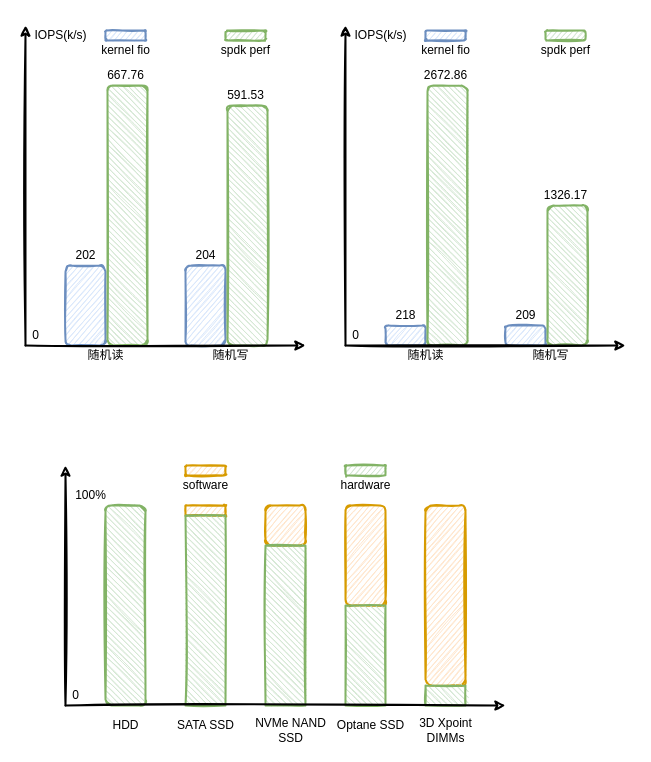
Earlier version of the draw.io diagram page "perf" (7 of 7) of spdk/spdk.drawio (EarthWind/deeparch). Source tidied: cells renumbered, new cells numbered last; positions are measured from the earlier drawing's top-left corner, leaving out a move shared by most shapes. Both pictures are drawn from the tidied source at 100%, with x=0, y=0 at pixel (25, 25).
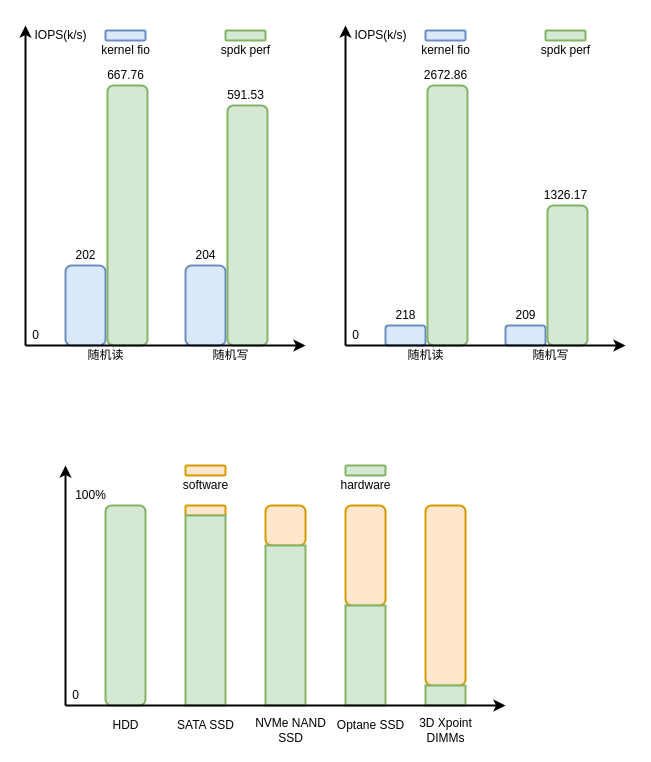
The same diagram, later.

The edit, as a diff of the source:
```diff
@@
-    <mxCell id="2" style="endArrow=classic;html=1;sketch=1;strokeWidth=2;" parent="1" edge="1">
+    <mxCell id="2" style="endArrow=classic;html=1;sketch=0;strokeWidth=2;" parent="1" edge="1">
       <mxGeometry relative="1" as="geometry">
         <mxPoint y="320" as="sourcePoint" />
         <mxPoint as="targetPoint" />
       </mxGeometry>
     </mxCell>
-    <mxCell id="3" style="rounded=1;whiteSpace=wrap;html=1;sketch=1;fillColor=#dae8fc;strokeColor=#6c8ebf;fillWeight=1;hachureGap=4;hachureAngle=-41;strokeWidth=2;" parent="1" vertex="1">
+    <mxCell id="3" style="rounded=1;whiteSpace=wrap;html=1;sketch=0;fillColor=#dae8fc;strokeColor=#6c8ebf;fillWeight=1;hachureGap=4;hachureAngle=-41;strokeWidth=2;" parent="1" vertex="1">
       <mxGeometry x="40" y="240" width="40" height="80" as="geometry" />
     </mxCell>
-    <mxCell id="4" style="rounded=1;whiteSpace=wrap;html=1;sketch=1;fillColor=#d5e8d4;strokeColor=#82b366;fillWeight=1;hachureGap=4;hachureAngle=45;strokeWidth=2;" parent="1" vertex="1">
+    <mxCell id="4" style="rounded=1;whiteSpace=wrap;html=1;sketch=0;fillColor=#d5e8d4;strokeColor=#82b366;fillWeight=1;hachureGap=4;hachureAngle=45;strokeWidth=2;" parent="1" vertex="1">
       <mxGeometry x="82" y="60" width="40" height="260" as="geometry" />
     </mxCell>
-    <mxCell id="5" style="rounded=1;whiteSpace=wrap;html=1;sketch=1;fillColor=#dae8fc;strokeColor=#6c8ebf;fillWeight=1;hachureGap=4;strokeWidth=2;" parent="1" vertex="1">
+    <mxCell id="5" style="rounded=1;whiteSpace=wrap;html=1;sketch=0;fillColor=#dae8fc;strokeColor=#6c8ebf;fillWeight=1;hachureGap=4;strokeWidth=2;" parent="1" vertex="1">
       <mxGeometry x="160" y="240" width="40" height="80" as="geometry" />
     </mxCell>
-    <mxCell id="6" style="rounded=1;whiteSpace=wrap;html=1;sketch=1;fillColor=#d5e8d4;strokeColor=#82b366;fillWeight=1;hachureGap=4;hachureAngle=45;strokeWidth=2;" parent="1" vertex="1">
+    <mxCell id="6" style="rounded=1;whiteSpace=wrap;html=1;sketch=0;fillColor=#d5e8d4;strokeColor=#82b366;fillWeight=1;hachureGap=4;hachureAngle=45;strokeWidth=2;" parent="1" vertex="1">
       <mxGeometry x="202" y="80" width="40" height="240" as="geometry" />
     </mxCell>
@@
-    <mxCell id="8" value="随机读" style="text;html=1;align=center;verticalAlign=middle;strokeColor=none;" parent="1" vertex="1">
+    <mxCell id="8" value="随机读" style="text;html=1;align=center;verticalAlign=middle;strokeColor=none;sketch=0;" parent="1" vertex="1">
       <mxGeometry x="55" y="320" width="50" height="20" as="geometry" />
     </mxCell>
-    <mxCell id="9" value="随机写" style="text;html=1;align=center;verticalAlign=middle;strokeColor=none;" parent="1" vertex="1">
+    <mxCell id="9" value="随机写" style="text;html=1;align=center;verticalAlign=middle;strokeColor=none;sketch=0;" parent="1" vertex="1">
       <mxGeometry x="180" y="320" width="50" height="20" as="geometry" />
     </mxCell>
-    <mxCell id="10" value="IOPS(k/s)" style="text;html=1;align=center;verticalAlign=middle;strokeColor=none;" parent="1" vertex="1">
+    <mxCell id="10" value="IOPS(k/s)" style="text;html=1;align=center;verticalAlign=middle;strokeColor=none;sketch=0;" parent="1" vertex="1">
       <mxGeometry width="70" height="20" as="geometry" />
     </mxCell>
-    <mxCell id="11" value="202" style="text;html=1;align=center;verticalAlign=middle;strokeColor=none;" parent="1" vertex="1">
+    <mxCell id="11" value="202" style="text;html=1;align=center;verticalAlign=middle;strokeColor=none;sketch=0;" parent="1" vertex="1">
       <mxGeometry x="40" y="220" width="40" height="20" as="geometry" />
     </mxCell>
-    <mxCell id="12" value="667.76" style="text;html=1;align=center;verticalAlign=middle;strokeColor=none;" parent="1" vertex="1">
+    <mxCell id="12" value="667.76" style="text;html=1;align=center;verticalAlign=middle;strokeColor=none;sketch=0;" parent="1" vertex="1">
       <mxGeometry x="75" y="40" width="50" height="20" as="geometry" />
     </mxCell>
-    <mxCell id="13" value="204" style="text;html=1;align=center;verticalAlign=middle;strokeColor=none;" parent="1" vertex="1">
+    <mxCell id="13" value="204" style="text;html=1;align=center;verticalAlign=middle;strokeColor=none;sketch=0;" parent="1" vertex="1">
       <mxGeometry x="160" y="220" width="40" height="20" as="geometry" />
     </mxCell>
-    <mxCell id="14" value="591.53" style="text;html=1;align=center;verticalAlign=middle;strokeColor=none;" parent="1" vertex="1">
+    <mxCell id="14" value="591.53" style="text;html=1;align=center;verticalAlign=middle;strokeColor=none;sketch=0;" parent="1" vertex="1">
       <mxGeometry x="195" y="60" width="50" height="20" as="geometry" />
     </mxCell>
-    <mxCell id="15" style="endArrow=classic;html=1;sketch=1;strokeWidth=2;" parent="1" edge="1">
+    <mxCell id="15" style="endArrow=classic;html=1;sketch=0;strokeWidth=2;" parent="1" edge="1">
       <mxGeometry relative="1" as="geometry">
         <mxPoint x="320" y="320" as="sourcePoint" />
         <mxPoint x="320" as="targetPoint" />
       </mxGeometry>
     </mxCell>
-    <mxCell id="16" style="rounded=1;whiteSpace=wrap;html=1;sketch=1;fillColor=#dae8fc;strokeColor=#6c8ebf;fillWeight=1;hachureGap=4;hachureAngle=-41;strokeWidth=2;" parent="1" vertex="1">
+    <mxCell id="16" style="rounded=1;whiteSpace=wrap;html=1;sketch=0;fillColor=#dae8fc;strokeColor=#6c8ebf;fillWeight=1;hachureGap=4;hachureAngle=-41;strokeWidth=2;" parent="1" vertex="1">
       <mxGeometry x="360" y="300" width="40" height="20" as="geometry" />
     </mxCell>
-    <mxCell id="17" style="rounded=1;whiteSpace=wrap;html=1;sketch=1;fillColor=#d5e8d4;strokeColor=#82b366;fillWeight=1;hachureGap=4;hachureAngle=45;strokeWidth=2;" parent="1" vertex="1">
+    <mxCell id="17" style="rounded=1;whiteSpace=wrap;html=1;sketch=0;fillColor=#d5e8d4;strokeColor=#82b366;fillWeight=1;hachureGap=4;hachureAngle=45;strokeWidth=2;" parent="1" vertex="1">
       <mxGeometry x="402" y="60" width="40" height="260" as="geometry" />
     </mxCell>
-    <mxCell id="18" style="rounded=1;whiteSpace=wrap;html=1;sketch=1;fillColor=#dae8fc;strokeColor=#6c8ebf;fillWeight=1;hachureGap=4;strokeWidth=2;" parent="1" vertex="1">
+    <mxCell id="18" style="rounded=1;whiteSpace=wrap;html=1;sketch=0;fillColor=#dae8fc;strokeColor=#6c8ebf;fillWeight=1;hachureGap=4;strokeWidth=2;" parent="1" vertex="1">
       <mxGeometry x="480" y="300" width="40" height="20" as="geometry" />
     </mxCell>
-    <mxCell id="19" style="rounded=1;whiteSpace=wrap;html=1;sketch=1;fillColor=#d5e8d4;strokeColor=#82b366;fillWeight=1;hachureGap=4;hachureAngle=45;strokeWidth=2;" parent="1" vertex="1">
+    <mxCell id="19" style="rounded=1;whiteSpace=wrap;html=1;sketch=0;fillColor=#d5e8d4;strokeColor=#82b366;fillWeight=1;hachureGap=4;hachureAngle=45;strokeWidth=2;" parent="1" vertex="1">
       <mxGeometry x="522" y="180" width="40" height="140" as="geometry" />
     </mxCell>
@@
-    <mxCell id="21" value="随机读" style="text;html=1;align=center;verticalAlign=middle;strokeColor=none;" parent="1" vertex="1">
+    <mxCell id="21" value="随机读" style="text;html=1;align=center;verticalAlign=middle;strokeColor=none;sketch=0;" parent="1" vertex="1">
       <mxGeometry x="375" y="320" width="50" height="20" as="geometry" />
     </mxCell>
-    <mxCell id="22" value="随机写" style="text;html=1;align=center;verticalAlign=middle;strokeColor=none;" parent="1" vertex="1">
+    <mxCell id="22" value="随机写" style="text;html=1;align=center;verticalAlign=middle;strokeColor=none;sketch=0;" parent="1" vertex="1">
       <mxGeometry x="500" y="320" width="50" height="20" as="geometry" />
     </mxCell>
-    <mxCell id="23" value="IOPS(k/s)" style="text;html=1;align=center;verticalAlign=middle;strokeColor=none;" parent="1" vertex="1">
+    <mxCell id="23" value="IOPS(k/s)" style="text;html=1;align=center;verticalAlign=middle;strokeColor=none;sketch=0;" parent="1" vertex="1">
       <mxGeometry x="320" width="70" height="20" as="geometry" />
     </mxCell>
-    <mxCell id="24" value="218" style="text;html=1;align=center;verticalAlign=middle;strokeColor=none;" parent="1" vertex="1">
+    <mxCell id="24" value="218" style="text;html=1;align=center;verticalAlign=middle;strokeColor=none;sketch=0;" parent="1" vertex="1">
       <mxGeometry x="360" y="280" width="40" height="20" as="geometry" />
     </mxCell>
-    <mxCell id="25" value="2672.86" style="text;html=1;align=center;verticalAlign=middle;strokeColor=none;" parent="1" vertex="1">
+    <mxCell id="25" value="2672.86" style="text;html=1;align=center;verticalAlign=middle;strokeColor=none;sketch=0;" parent="1" vertex="1">
       <mxGeometry x="390" y="40" width="60" height="20" as="geometry" />
     </mxCell>
-    <mxCell id="26" value="209" style="text;html=1;align=center;verticalAlign=middle;strokeColor=none;" parent="1" vertex="1">
+    <mxCell id="26" value="209" style="text;html=1;align=center;verticalAlign=middle;strokeColor=none;sketch=0;" parent="1" vertex="1">
       <mxGeometry x="480" y="280" width="40" height="20" as="geometry" />
     </mxCell>
-    <mxCell id="27" value="1326.17" style="text;html=1;align=center;verticalAlign=middle;strokeColor=none;" parent="1" vertex="1">
+    <mxCell id="27" value="1326.17" style="text;html=1;align=center;verticalAlign=middle;strokeColor=none;sketch=0;" parent="1" vertex="1">
       <mxGeometry x="510" y="160" width="60" height="20" as="geometry" />
     </mxCell>
-    <mxCell id="28" style="rounded=1;whiteSpace=wrap;html=1;sketch=1;fillColor=#dae8fc;strokeColor=#6c8ebf;fillWeight=1;hachureGap=4;hachureAngle=-41;strokeWidth=2;" parent="1" vertex="1">
+    <mxCell id="28" style="rounded=1;whiteSpace=wrap;html=1;sketch=0;fillColor=#dae8fc;strokeColor=#6c8ebf;fillWeight=1;hachureGap=4;hachureAngle=-41;strokeWidth=2;" parent="1" vertex="1">
       <mxGeometry x="80" y="5" width="40" height="10" as="geometry" />
     </mxCell>
-    <mxCell id="29" style="rounded=1;whiteSpace=wrap;html=1;sketch=1;fillColor=#d5e8d4;strokeColor=#82b366;fillWeight=1;hachureGap=4;hachureAngle=-41;strokeWidth=2;" parent="1" vertex="1">
+    <mxCell id="29" style="rounded=1;whiteSpace=wrap;html=1;sketch=0;fillColor=#d5e8d4;strokeColor=#82b366;fillWeight=1;hachureGap=4;hachureAngle=-41;strokeWidth=2;" parent="1" vertex="1">
       <mxGeometry x="200" y="5" width="40" height="10" as="geometry" />
     </mxCell>
-    <mxCell id="30" value="kernel fio" style="text;html=1;align=center;verticalAlign=middle;strokeColor=none;" parent="1" vertex="1">
+    <mxCell id="30" value="kernel fio" style="text;html=1;align=center;verticalAlign=middle;strokeColor=none;sketch=0;" parent="1" vertex="1">
       <mxGeometry x="70" y="15" width="60" height="20" as="geometry" />
     </mxCell>
-    <mxCell id="31" value="spdk perf" style="text;html=1;align=center;verticalAlign=middle;strokeColor=none;" parent="1" vertex="1">
+    <mxCell id="31" value="spdk perf" style="text;html=1;align=center;verticalAlign=middle;strokeColor=none;sketch=0;" parent="1" vertex="1">
       <mxGeometry x="190" y="15" width="60" height="20" as="geometry" />
     </mxCell>
-    <mxCell id="32" style="rounded=1;whiteSpace=wrap;html=1;sketch=1;fillColor=#dae8fc;strokeColor=#6c8ebf;fillWeight=1;hachureGap=4;hachureAngle=-41;strokeWidth=2;" parent="1" vertex="1">
+    <mxCell id="32" style="rounded=1;whiteSpace=wrap;html=1;sketch=0;fillColor=#dae8fc;strokeColor=#6c8ebf;fillWeight=1;hachureGap=4;hachureAngle=-41;strokeWidth=2;" parent="1" vertex="1">
       <mxGeometry x="400" y="5" width="40" height="10" as="geometry" />
     </mxCell>
-    <mxCell id="33" style="rounded=1;whiteSpace=wrap;html=1;sketch=1;fillColor=#d5e8d4;strokeColor=#82b366;fillWeight=1;hachureGap=4;hachureAngle=-41;strokeWidth=2;" parent="1" vertex="1">
+    <mxCell id="33" style="rounded=1;whiteSpace=wrap;html=1;sketch=0;fillColor=#d5e8d4;strokeColor=#82b366;fillWeight=1;hachureGap=4;hachureAngle=-41;strokeWidth=2;" parent="1" vertex="1">
       <mxGeometry x="520" y="5" width="40" height="10" as="geometry" />
     </mxCell>
-    <mxCell id="34" value="kernel fio" style="text;html=1;align=center;verticalAlign=middle;strokeColor=none;" parent="1" vertex="1">
+    <mxCell id="34" value="kernel fio" style="text;html=1;align=center;verticalAlign=middle;strokeColor=none;sketch=0;" parent="1" vertex="1">
       <mxGeometry x="390" y="15" width="60" height="20" as="geometry" />
     </mxCell>
-    <mxCell id="35" value="spdk perf" style="text;html=1;align=center;verticalAlign=middle;strokeColor=none;" parent="1" vertex="1">
+    <mxCell id="35" value="spdk perf" style="text;html=1;align=center;verticalAlign=middle;strokeColor=none;sketch=0;" parent="1" vertex="1">
       <mxGeometry x="510" y="15" width="60" height="20" as="geometry" />
     </mxCell>
-    <mxCell id="36" style="endArrow=classic;html=1;sketch=1;strokeWidth=2;" parent="1" edge="1">
+    <mxCell id="36" style="endArrow=classic;html=1;sketch=0;strokeWidth=2;" parent="1" edge="1">
       <mxGeometry relative="1" as="geometry">
         <mxPoint x="40" y="680" as="sourcePoint" />
         <mxPoint x="40" y="440" as="targetPoint" />
       </mxGeometry>
     </mxCell>
-    <mxCell id="37" style="rounded=1;whiteSpace=wrap;html=1;sketch=1;fillColor=#ffe6cc;strokeColor=#d79b00;fillWeight=1;hachureGap=4;hachureAngle=-41;strokeWidth=2;" parent="1" vertex="1">
+    <mxCell id="37" style="rounded=1;whiteSpace=wrap;html=1;sketch=0;fillColor=#ffe6cc;strokeColor=#d79b00;fillWeight=1;hachureGap=4;hachureAngle=-41;strokeWidth=2;" parent="1" vertex="1">
       <mxGeometry x="160" y="480" width="40" height="10" as="geometry" />
     </mxCell>
-    <mxCell id="38" style="whiteSpace=wrap;html=1;sketch=1;fillColor=#d5e8d4;strokeColor=#82b366;fillWeight=1;hachureGap=4;hachureAngle=45;strokeWidth=2;rounded=1;" parent="1" vertex="1">
+    <mxCell id="38" style="whiteSpace=wrap;html=1;sketch=0;fillColor=#d5e8d4;strokeColor=#82b366;fillWeight=1;hachureGap=4;hachureAngle=45;strokeWidth=2;rounded=1;" parent="1" vertex="1">
       <mxGeometry x="80" y="480" width="40" height="200" as="geometry" />
     </mxCell>
-    <mxCell id="39" style="rounded=0;whiteSpace=wrap;html=1;sketch=1;fillColor=#d5e8d4;strokeColor=#82b366;fillWeight=1;hachureGap=4;hachureAngle=45;strokeWidth=2;" parent="1" vertex="1">
+    <mxCell id="39" style="rounded=0;whiteSpace=wrap;html=1;sketch=0;fillColor=#d5e8d4;strokeColor=#82b366;fillWeight=1;hachureGap=4;hachureAngle=45;strokeWidth=2;" parent="1" vertex="1">
       <mxGeometry x="160" y="490" width="40" height="190" as="geometry" />
     </mxCell>
@@
-    <mxCell id="41" value="100%" style="text;html=1;align=center;verticalAlign=middle;strokeColor=none;" parent="1" vertex="1">
+    <mxCell id="41" value="100%" style="text;html=1;align=center;verticalAlign=middle;strokeColor=none;sketch=0;" parent="1" vertex="1">
       <mxGeometry x="40" y="460" width="50" height="20" as="geometry" />
     </mxCell>
-    <mxCell id="42" style="rounded=1;whiteSpace=wrap;html=1;sketch=1;fillColor=#ffe6cc;strokeColor=#d79b00;fillWeight=1;hachureGap=4;hachureAngle=-41;strokeWidth=2;" parent="1" vertex="1">
+    <mxCell id="42" style="rounded=1;whiteSpace=wrap;html=1;sketch=0;fillColor=#ffe6cc;strokeColor=#d79b00;fillWeight=1;hachureGap=4;hachureAngle=-41;strokeWidth=2;" parent="1" vertex="1">
       <mxGeometry x="160" y="440" width="40" height="10" as="geometry" />
     </mxCell>
-    <mxCell id="43" style="rounded=1;whiteSpace=wrap;html=1;sketch=1;fillColor=#d5e8d4;strokeColor=#82b366;fillWeight=1;hachureGap=4;hachureAngle=-41;strokeWidth=2;" parent="1" vertex="1">
+    <mxCell id="43" style="rounded=1;whiteSpace=wrap;html=1;sketch=0;fillColor=#d5e8d4;strokeColor=#82b366;fillWeight=1;hachureGap=4;hachureAngle=-41;strokeWidth=2;" parent="1" vertex="1">
       <mxGeometry x="320" y="440" width="40" height="10" as="geometry" />
     </mxCell>
-    <mxCell id="44" value="software" style="text;html=1;align=center;verticalAlign=middle;strokeColor=none;" parent="1" vertex="1">
+    <mxCell id="44" value="software" style="text;html=1;align=center;verticalAlign=middle;strokeColor=none;sketch=0;" parent="1" vertex="1">
       <mxGeometry x="150" y="450" width="60" height="20" as="geometry" />
     </mxCell>
-    <mxCell id="45" value="hardware" style="text;html=1;align=center;verticalAlign=middle;strokeColor=none;" parent="1" vertex="1">
+    <mxCell id="45" value="hardware" style="text;html=1;align=center;verticalAlign=middle;strokeColor=none;sketch=0;" parent="1" vertex="1">
       <mxGeometry x="305" y="450" width="70" height="20" as="geometry" />
     </mxCell>
-    <mxCell id="46" style="rounded=1;whiteSpace=wrap;html=1;sketch=1;fillColor=#ffe6cc;strokeColor=#d79b00;fillWeight=1;hachureGap=4;hachureAngle=-41;strokeWidth=2;" parent="1" vertex="1">
+    <mxCell id="46" style="rounded=1;whiteSpace=wrap;html=1;sketch=0;fillColor=#ffe6cc;strokeColor=#d79b00;fillWeight=1;hachureGap=4;hachureAngle=-41;strokeWidth=2;" parent="1" vertex="1">
       <mxGeometry x="240" y="480" width="40" height="40" as="geometry" />
     </mxCell>
-    <mxCell id="47" style="whiteSpace=wrap;html=1;sketch=1;fillColor=#ffe6cc;strokeColor=#d79b00;fillWeight=1;hachureGap=4;hachureAngle=-41;strokeWidth=2;rounded=1;" parent="1" vertex="1">
+    <mxCell id="47" style="whiteSpace=wrap;html=1;sketch=0;fillColor=#ffe6cc;strokeColor=#d79b00;fillWeight=1;hachureGap=4;hachureAngle=-41;strokeWidth=2;rounded=1;" parent="1" vertex="1">
       <mxGeometry x="320" y="480" width="40" height="100" as="geometry" />
     </mxCell>
-    <mxCell id="48" style="rounded=1;whiteSpace=wrap;html=1;sketch=1;fillColor=#ffe6cc;strokeColor=#d79b00;fillWeight=1;hachureGap=4;hachureAngle=-41;strokeWidth=2;" parent="1" vertex="1">
+    <mxCell id="48" style="rounded=1;whiteSpace=wrap;html=1;sketch=0;fillColor=#ffe6cc;strokeColor=#d79b00;fillWeight=1;hachureGap=4;hachureAngle=-41;strokeWidth=2;" parent="1" vertex="1">
       <mxGeometry x="400" y="480" width="40" height="180" as="geometry" />
     </mxCell>
-    <mxCell id="49" value="HDD" style="text;html=1;align=center;verticalAlign=middle;strokeColor=none;" parent="1" vertex="1">
+    <mxCell id="49" value="HDD" style="text;html=1;align=center;verticalAlign=middle;strokeColor=none;sketch=0;" parent="1" vertex="1">
       <mxGeometry x="80" y="690" width="40" height="20" as="geometry" />
     </mxCell>
-    <mxCell id="50" value="SATA SSD" style="text;html=1;align=center;verticalAlign=middle;strokeColor=none;" parent="1" vertex="1">
+    <mxCell id="50" value="SATA SSD" style="text;html=1;align=center;verticalAlign=middle;strokeColor=none;sketch=0;" parent="1" vertex="1">
       <mxGeometry x="145" y="690" width="70" height="20" as="geometry" />
     </mxCell>
-    <mxCell id="51" value="NVMe NAND&lt;br&gt;SSD" style="text;html=1;align=center;verticalAlign=middle;strokeColor=none;" parent="1" vertex="1">
+    <mxCell id="51" value="NVMe NAND&lt;br&gt;SSD" style="text;html=1;align=center;verticalAlign=middle;strokeColor=none;sketch=0;" parent="1" vertex="1">
       <mxGeometry x="220" y="690" width="90" height="30" as="geometry" />
     </mxCell>
-    <mxCell id="52" value="Optane SSD" style="text;html=1;align=center;verticalAlign=middle;strokeColor=none;" parent="1" vertex="1">
+    <mxCell id="52" value="Optane SSD" style="text;html=1;align=center;verticalAlign=middle;strokeColor=none;sketch=0;" parent="1" vertex="1">
       <mxGeometry x="305" y="690" width="80" height="20" as="geometry" />
     </mxCell>
-    <mxCell id="53" value="3D Xpoint&lt;br&gt;DIMMs" style="text;html=1;align=center;verticalAlign=middle;strokeColor=none;" parent="1" vertex="1">
+    <mxCell id="53" value="3D Xpoint&lt;br&gt;DIMMs" style="text;html=1;align=center;verticalAlign=middle;strokeColor=none;sketch=0;" parent="1" vertex="1">
       <mxGeometry x="385" y="690" width="70" height="30" as="geometry" />
     </mxCell>
-    <mxCell id="54" style="rounded=0;whiteSpace=wrap;html=1;sketch=1;fillColor=#d5e8d4;strokeColor=#82b366;fillWeight=1;hachureGap=4;hachureAngle=45;strokeWidth=2;" parent="1" vertex="1">
+    <mxCell id="54" style="rounded=0;whiteSpace=wrap;html=1;sketch=0;fillColor=#d5e8d4;strokeColor=#82b366;fillWeight=1;hachureGap=4;hachureAngle=45;strokeWidth=2;" parent="1" vertex="1">
       <mxGeometry x="240" y="520" width="40" height="160" as="geometry" />
     </mxCell>
-    <mxCell id="55" style="rounded=0;whiteSpace=wrap;html=1;sketch=1;fillColor=#d5e8d4;strokeColor=#82b366;fillWeight=1;hachureGap=4;hachureAngle=45;strokeWidth=2;" parent="1" vertex="1">
+    <mxCell id="55" style="rounded=0;whiteSpace=wrap;html=1;sketch=0;fillColor=#d5e8d4;strokeColor=#82b366;fillWeight=1;hachureGap=4;hachureAngle=45;strokeWidth=2;" parent="1" vertex="1">
       <mxGeometry x="320" y="580" width="40" height="100" as="geometry" />
     </mxCell>
-    <mxCell id="56" style="rounded=0;whiteSpace=wrap;html=1;sketch=1;fillColor=#d5e8d4;strokeColor=#82b366;fillWeight=1;hachureGap=4;hachureAngle=45;strokeWidth=2;" parent="1" vertex="1">
+    <mxCell id="56" style="rounded=0;whiteSpace=wrap;html=1;sketch=0;fillColor=#d5e8d4;strokeColor=#82b366;fillWeight=1;hachureGap=4;hachureAngle=45;strokeWidth=2;" parent="1" vertex="1">
       <mxGeometry x="400" y="660" width="40" height="20" as="geometry" />
     </mxCell>
-    <mxCell id="57" style="endArrow=classic;html=1;sketch=1;strokeWidth=2;" parent="1" edge="1">
+    <mxCell id="57" style="endArrow=classic;html=1;sketch=0;strokeWidth=2;" parent="1" edge="1">
       <mxGeometry relative="1" as="geometry">
         <mxPoint x="40" y="680" as="sourcePoint" />
         <mxPoint x="480" y="680" as="targetPoint" />
       </mxGeometry>
     </mxCell>
-    <mxCell id="58" style="endArrow=classic;html=1;sketch=1;strokeWidth=2;" parent="1" edge="1">
+    <mxCell id="58" style="endArrow=classic;html=1;sketch=0;strokeWidth=2;" parent="1" edge="1">
       <mxGeometry relative="1" as="geometry">
         <mxPoint y="320" as="sourcePoint" />
         <mxPoint x="280" y="320" as="targetPoint" />
       </mxGeometry>
     </mxCell>
-    <mxCell id="59" style="endArrow=classic;html=1;sketch=1;strokeWidth=2;" parent="1" edge="1">
+    <mxCell id="59" style="endArrow=classic;html=1;sketch=0;strokeWidth=2;" parent="1" edge="1">
       <mxGeometry relative="1" as="geometry">
         <mxPoint x="320" y="320" as="sourcePoint" />
         <mxPoint x="600" y="320" as="targetPoint" />
       </mxGeometry>
     </mxCell>
```
